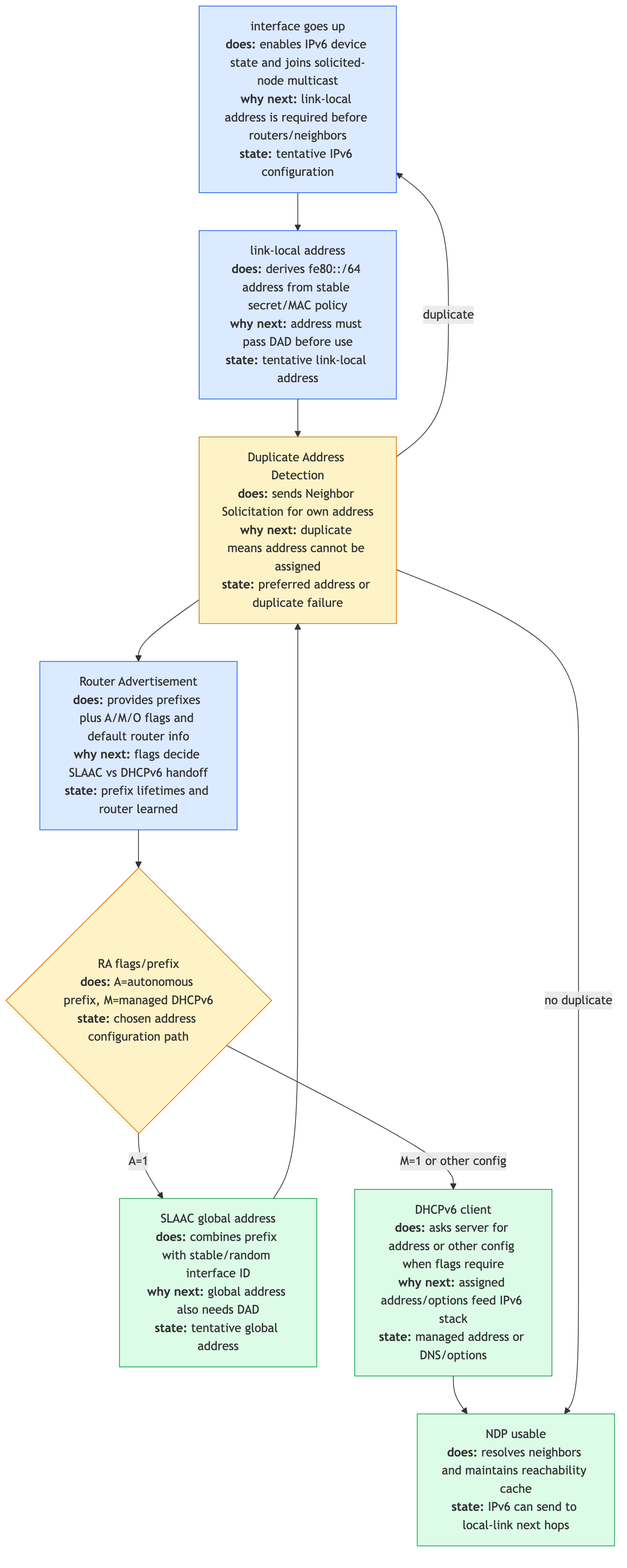
The Mermaid diagram linux-net/src/diagrams/day10_ipv6_autoconf.png in biefy/books, before a commit. Its source is kept beside it as linux-net/src/diagrams/src/day10_ipv6_autoconf.mmd.
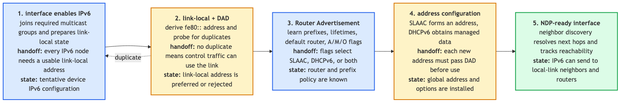
The same diagram one commit later.

Change to the diagram source:
```diff
@@ -1,22 +1,20 @@
-flowchart TD
-    Up["interface goes up<br/><b>does:</b> enables IPv6 device state and joins solicited-node multicast<br/><b>why next:</b> link-local address is required before routers/neighbors<br/><b>state:</b> tentative IPv6 configuration"]
-    LL["link-local address<br/><b>does:</b> derives fe80::/64 address from stable secret/MAC policy<br/><b>why next:</b> address must pass DAD before use<br/><b>state:</b> tentative link-local address"]
-    DAD["Duplicate Address Detection<br/><b>does:</b> sends Neighbor Solicitation for own address<br/><b>why next:</b> duplicate means address cannot be assigned<br/><b>state:</b> preferred address or duplicate failure"]
-    RA["Router Advertisement<br/><b>does:</b> provides prefixes plus A/M/O flags and default router info<br/><b>why next:</b> flags decide SLAAC vs DHCPv6 handoff<br/><b>state:</b> prefix lifetimes and router learned"]
-    Flags{"RA flags/prefix<br/><b>does:</b> A=autonomous prefix, M=managed DHCPv6<br/><b>state:</b> chosen address configuration path"}
-    SLAAC["SLAAC global address<br/><b>does:</b> combines prefix with stable/random interface ID<br/><b>why next:</b> global address also needs DAD<br/><b>state:</b> tentative global address"]
-    DHCP["DHCPv6 client<br/><b>does:</b> asks server for address or other config when flags require<br/><b>why next:</b> assigned address/options feed IPv6 stack<br/><b>state:</b> managed address or DNS/options"]
-    NDP["NDP usable<br/><b>does:</b> resolves neighbors and maintains reachability cache<br/><b>state:</b> IPv6 can send to local-link next hops"]
+flowchart LR
+    Start["<b>1. interface enables IPv6</b><br/>joins required multicast groups and prepares link-local state<br/><b>handoff:</b> every IPv6 node needs a usable link-local address<br/><b>state:</b> tentative device IPv6 configuration"]
 
-    Up --> LL --> DAD --> RA --> Flags
-    Flags -->|A=1| SLAAC --> DAD
-    Flags -->|M=1 or other config| DHCP --> NDP
-    DAD -->|no duplicate| NDP
-    DAD -->|duplicate| Up
+    LinkLocal["<b>2. link-local + DAD</b><br/>derive fe80:: address and probe for duplicates<br/><b>handoff:</b> no duplicate means control traffic can use the link<br/><b>state:</b> link-local address is preferred or rejected"]
 
-    classDef init fill:#dbeafe,stroke:#2563eb
-    classDef decision fill:#fef3c7,stroke:#d97706
-    classDef ready fill:#dcfce7,stroke:#16a34a
-    class Up,LL,RA init
-    class DAD,Flags decision
-    class SLAAC,DHCP,NDP ready
+    RA["<b>3. Router Advertisement</b><br/>learn prefixes, lifetimes, default router, A/M/O flags<br/><b>handoff:</b> flags select SLAAC, DHCPv6, or both<br/><b>state:</b> router and prefix policy are known"]
+
+    Addr["<b>4. address configuration</b><br/>SLAAC forms an address, DHCPv6 obtains managed data<br/><b>handoff:</b> each new address must pass DAD before use<br/><b>state:</b> global address and options are installed"]
+
+    Ready["<b>5. NDP-ready interface</b><br/>neighbor discovery resolves next hops and tracks reachability<br/><b>state:</b> IPv6 can send to local-link neighbors and routers"]
+
+    Start --> LinkLocal --> RA --> Addr --> Ready
+    LinkLocal -. duplicate .-> Start
+
+    classDef init fill:#dbeafe,stroke:#2563eb,stroke-width:2px
+    classDef decision fill:#fef3c7,stroke:#d97706,stroke-width:2px
+    classDef ready fill:#dcfce7,stroke:#16a34a,stroke-width:2px
+    class Start,RA init
+    class LinkLocal,Addr decision
+    class Ready ready
```
